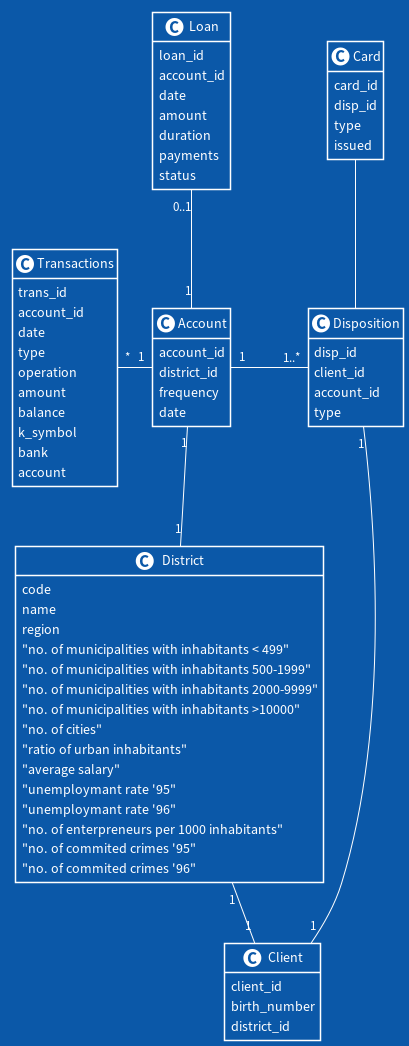
The PlantUML diagram docs/uml.png in JoaoCostaIFG/AC, before a commit.
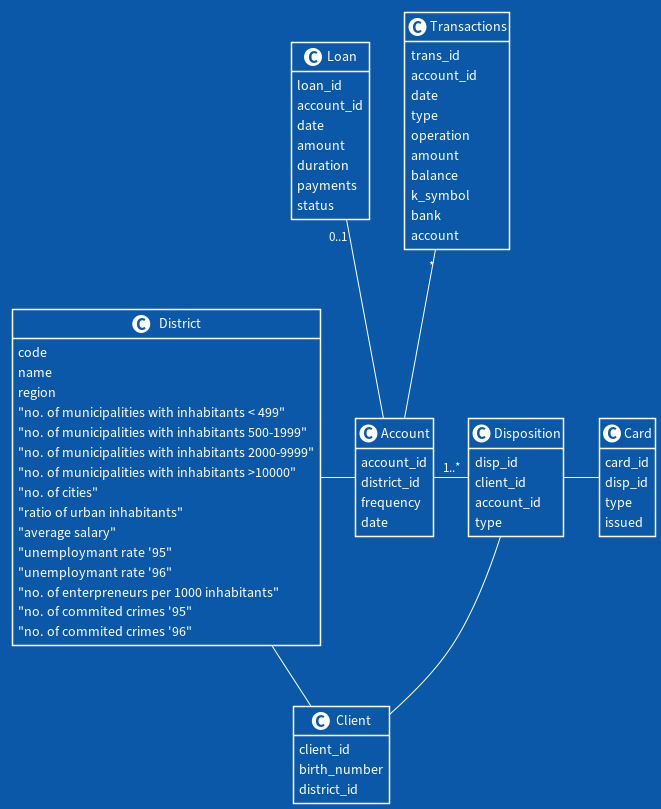
The same file after the commit.

Change to the diagram source:
```diff
@@ -72,14 +72,14 @@
   account
 }
 
-Loan "0..1" -down- "1" Account
-Transactions "*" -right- "1" Account
+Loan "0..1" --  Account
+Transactions "*" -- Account
 
-District "1" -- "1" Client
-Disposition "1" -- "1" Client
-Account "1" -down- "1" District
-Account "1" -right- "1..*" Disposition
+District -right- Client
+Disposition -- Client
+Account -left- District
+Account -right- "1..*" Disposition
 
-Disposition -up- Card
+Disposition -right- Card
 
 @enduml
```
